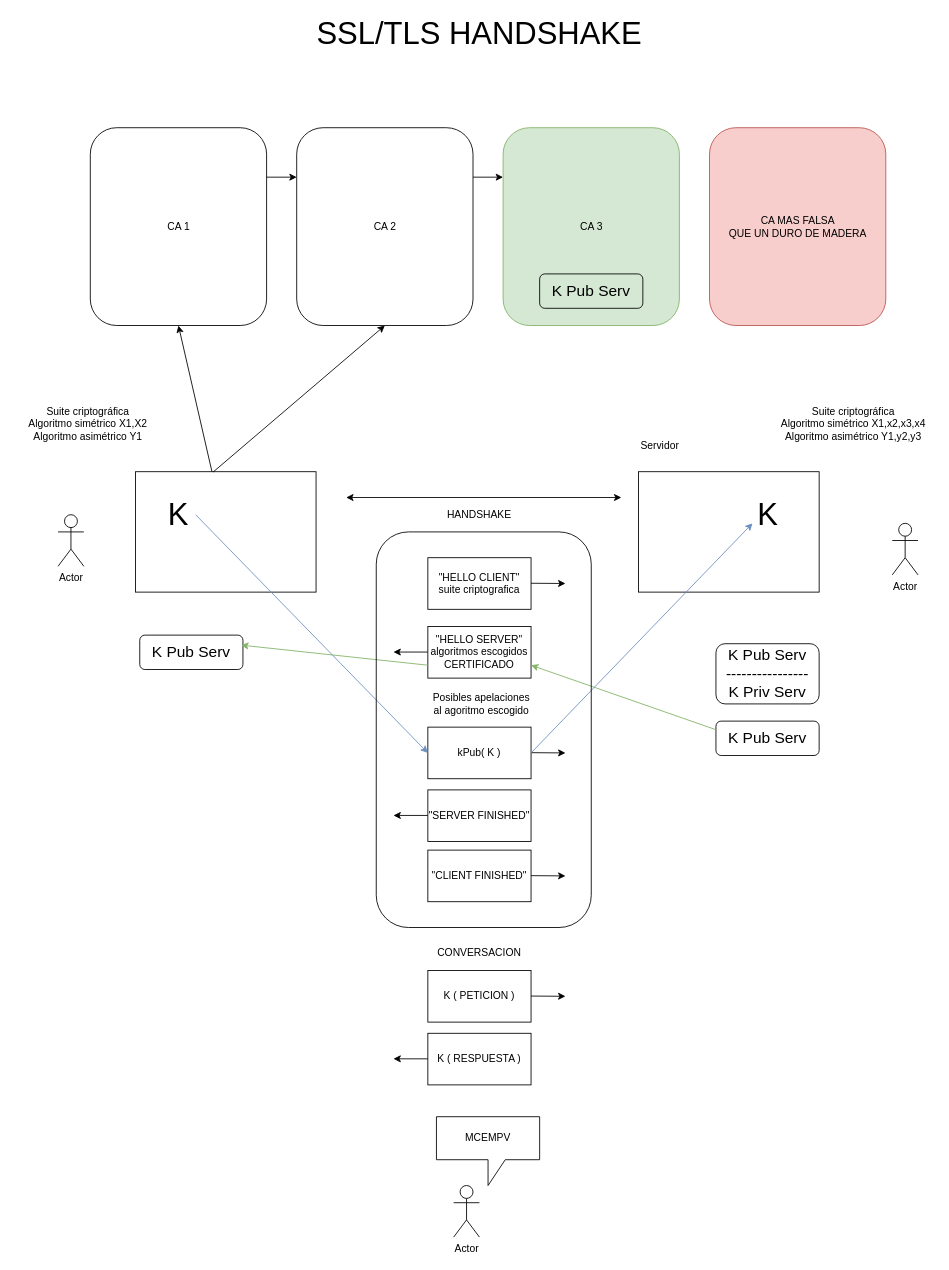
Before: page "41-TLS Handshake" (41 of 43) of Dibujillos.drawio in lrag/MEAN_2021, a draw.io diagram. Source tidied: cells renumbered, new cells numbered last; positions are measured from the earlier drawing's top-left corner, leaving out a move shared by most shapes. Both pictures are drawn from the tidied source at 86%, with x=0, y=0 at pixel (15, 24).
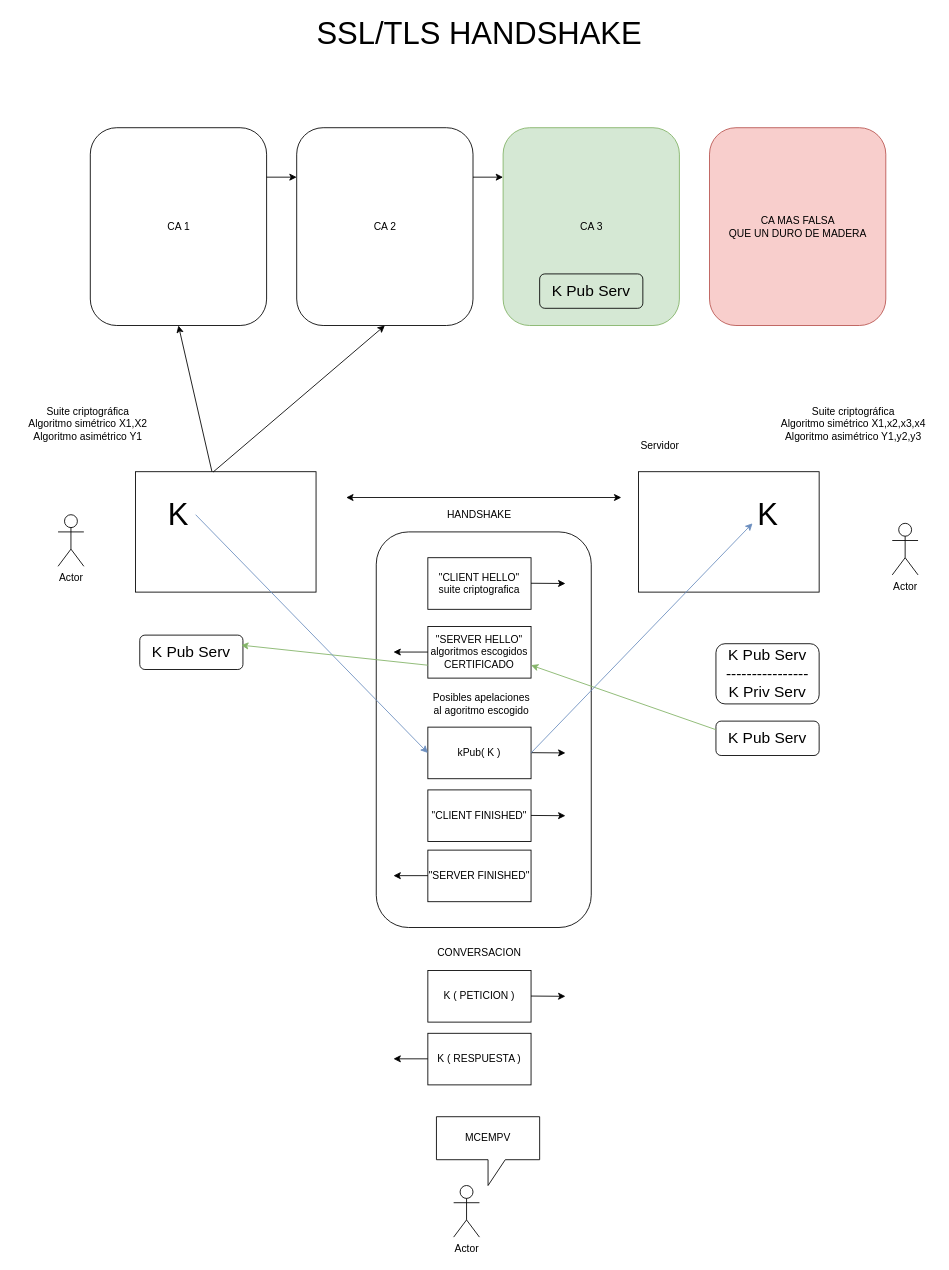
After the change.

Change to the diagram source:
```diff
@@
+    <mxCell id="44" style="rounded=1;whiteSpace=wrap;html=1;fillColor=none;" parent="1" vertex="1">
+      <mxGeometry x="420" y="590" width="250" height="460" as="geometry" />
+    </mxCell>
@@
-    <mxCell id="13" value="&quot;HELLO CLIENT&quot;&lt;br&gt;suite criptografica" style="rounded=0;whiteSpace=wrap;html=1;fillColor=none;" parent="1" vertex="1">
+    <mxCell id="13" value="&quot;CLIENT HELLO&quot;&lt;br&gt;suite criptografica" style="rounded=0;whiteSpace=wrap;html=1;fillColor=none;" parent="1" vertex="1">
       <mxGeometry x="480" y="620" width="120" height="60" as="geometry" />
     </mxCell>
@@
-    <mxCell id="15" value="&quot;HELLO SERVER&quot;&lt;br&gt;algoritmos escogidos&lt;br&gt;CERTIFICADO" style="rounded=0;whiteSpace=wrap;html=1;fillColor=none;" parent="1" vertex="1">
+    <mxCell id="15" value="&quot;SERVER HELLO&quot;&lt;br&gt;algoritmos escogidos&lt;br&gt;CERTIFICADO" style="rounded=0;whiteSpace=wrap;html=1;fillColor=none;" parent="1" vertex="1">
       <mxGeometry x="480" y="700" width="120" height="60" as="geometry" />
     </mxCell>
@@
     <mxCell id="40" value="&quot;SERVER FINISHED&quot;" style="rounded=0;whiteSpace=wrap;html=1;fillColor=none;" parent="1" vertex="1">
-      <mxGeometry x="480" y="890" width="120" height="60" as="geometry" />
+      <mxGeometry x="480" y="960" width="120" height="60" as="geometry" />
     </mxCell>
     <mxCell id="41" style="endArrow=classic;html=1;" parent="1" edge="1">
       <mxGeometry relative="1" as="geometry">
-        <mxPoint x="480" y="919.7" as="sourcePoint" />
-        <mxPoint x="440" y="919.7" as="targetPoint" />
+        <mxPoint x="480" y="989.7" as="sourcePoint" />
+        <mxPoint x="440" y="989.7" as="targetPoint" />
       </mxGeometry>
     </mxCell>
     <mxCell id="42" value="&quot;CLIENT FINISHED&quot;" style="rounded=0;whiteSpace=wrap;html=1;fillColor=none;" parent="1" vertex="1">
-      <mxGeometry x="480" y="960" width="120" height="60" as="geometry" />
+      <mxGeometry x="480" y="890" width="120" height="60" as="geometry" />
     </mxCell>
     <mxCell id="43" style="endArrow=classic;html=1;" parent="1" edge="1">
       <mxGeometry relative="1" as="geometry">
-        <mxPoint x="600" y="989.7" as="sourcePoint" />
-        <mxPoint x="640" y="990" as="targetPoint" />
+        <mxPoint x="600" y="919.7" as="sourcePoint" />
+        <mxPoint x="640" y="920" as="targetPoint" />
       </mxGeometry>
     </mxCell>
-    <mxCell id="44" style="rounded=1;whiteSpace=wrap;html=1;fillColor=none;" parent="1" vertex="1">
-      <mxGeometry x="420" y="590" width="250" height="460" as="geometry" />
-    </mxCell>
```
